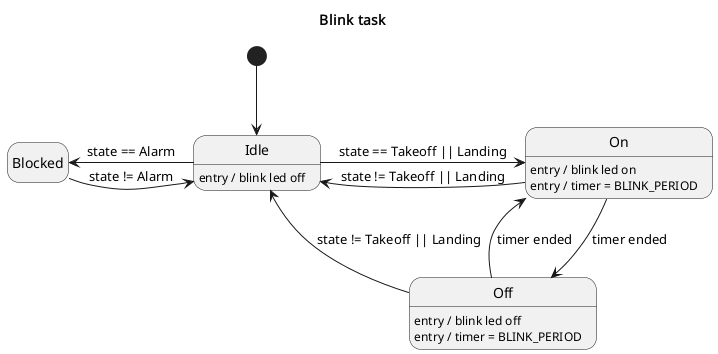
This is assignments/02-sdh/docs/tasks/blink.png from the-real-deal/unibo-iot-didospita, a PlantUML export, as it was before one commit.
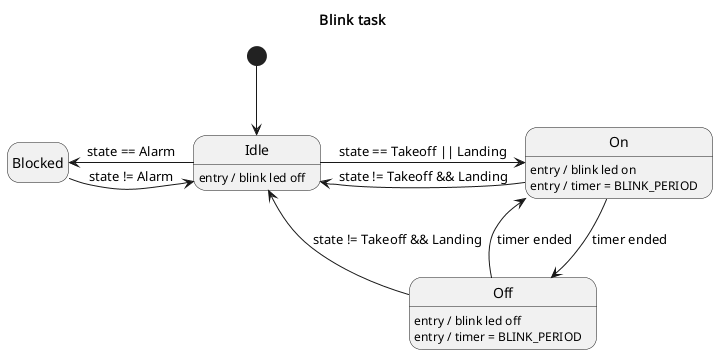
After the commit.

Diff of the diagram source:
```diff
@@ -28,7 +28,7 @@
 on -d-> off : timer ended
 off -u-> on : timer ended
 
-on -l-> idle : state != Takeoff || Landing
-off -l-> idle : state != Takeoff || Landing
+on -l-> idle : state != Takeoff && Landing
+off -l-> idle : state != Takeoff && Landing
 
 @enduml
```
